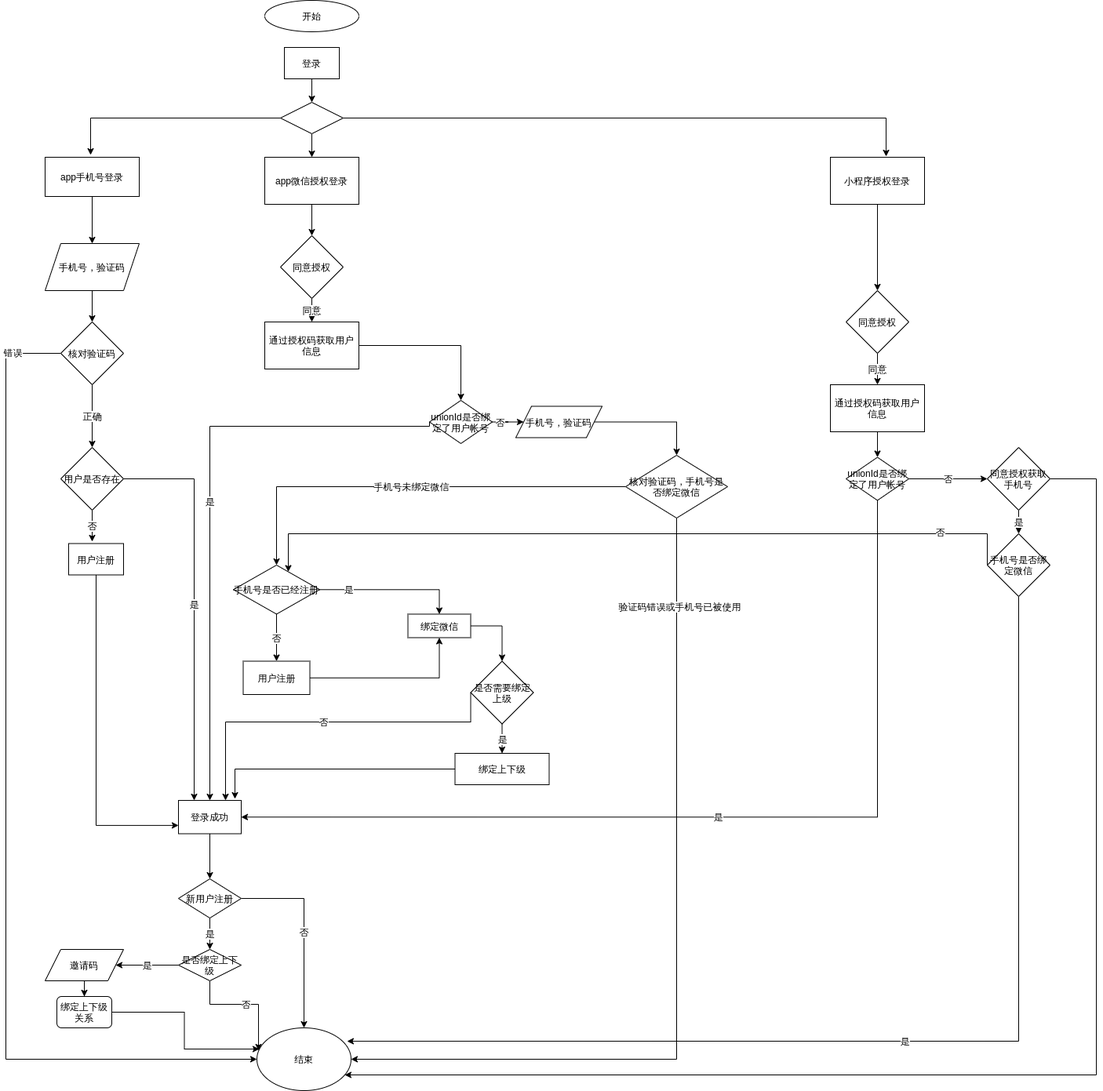
Above: login.png in pullFootYouth/springCloudConfig (draw.io), before the change. Source tidied: cells renumbered, new cells last; positions are measured from the earlier drawing's top-left corner, leaving out a move shared by most shapes.
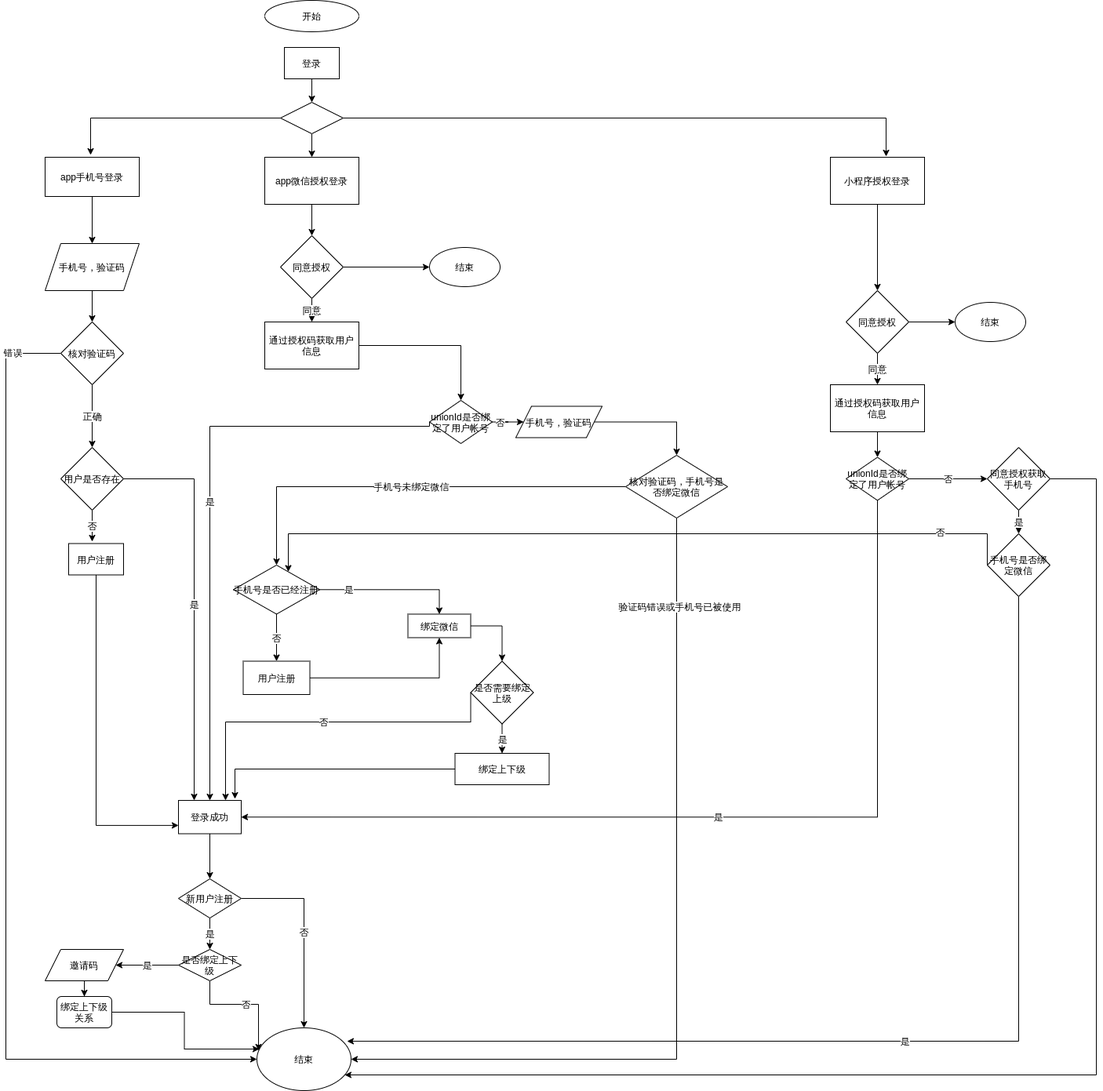
Later version of the same file.

Diff of the diagram source:
```diff
@@ -144,6 +144,9 @@
         <mxPoint x="390" y="410" as="targetPoint" />
       </mxGeometry>
     </mxCell>
+    <mxCell id="79" style="edgeStyle=orthogonalEdgeStyle;rounded=0;jettySize=auto;html=1;" parent="1" edge="1" source="40" target="81">
+      <mxGeometry relative="1" as="geometry" />
+    </mxCell>
     <mxCell id="40" value="同意授权" style="rhombus;whiteSpace=wrap;html=1;" parent="1" vertex="1">
       <mxGeometry x="350" y="300" width="80" height="80" as="geometry" />
     </mxCell>
@@ -212,6 +215,9 @@
     <mxCell id="59" value="同意" style="edgeStyle=orthogonalEdgeStyle;rounded=0;jettySize=auto;html=1;exitX=0.5;exitY=1;exitDx=0;exitDy=0;" parent="1" edge="1" source="60" target="62">
       <mxGeometry relative="1" as="geometry" />
     </mxCell>
+    <mxCell id="80" style="edgeStyle=orthogonalEdgeStyle;rounded=0;jettySize=auto;html=1;" parent="1" edge="1" source="60" target="82">
+      <mxGeometry relative="1" as="geometry" />
+    </mxCell>
     <mxCell id="60" value="同意授权" style="rhombus;whiteSpace=wrap;html=1;" parent="1" vertex="1">
       <mxGeometry x="1071" y="370" width="80" height="80" as="geometry" />
     </mxCell>
@@ -287,5 +293,11 @@
     <mxCell id="78" value="绑定上下级" style="rounded=0;whiteSpace=wrap;html=1;" parent="1" vertex="1">
       <mxGeometry x="572.5" y="960" width="120" height="40" as="geometry" />
     </mxCell>
+    <mxCell id="81" value="结束" style="ellipse;whiteSpace=wrap;html=1;" parent="1" vertex="1">
+      <mxGeometry x="540" y="315" width="90" height="50" as="geometry" />
+    </mxCell>
+    <mxCell id="82" value="结束" style="ellipse;whiteSpace=wrap;html=1;" parent="1" vertex="1">
+      <mxGeometry x="1210" y="385" width="90" height="50" as="geometry" />
+    </mxCell>
   </root>
 </mxGraphModel>
```
